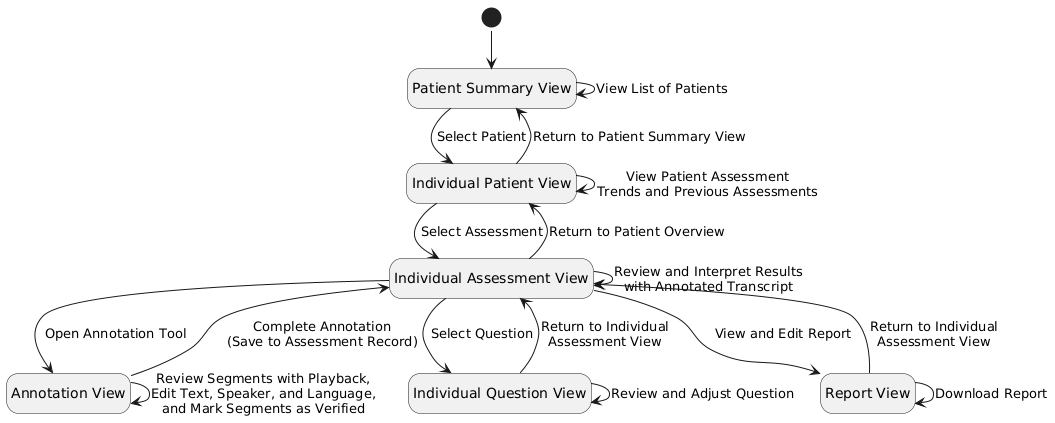
Before: docs/SRS/WorkflowB_State_Diagram.png, a diagram exported from PlantUML (Nour-Fawaz/MacaBoca). The source it was exported from:
```plantuml
@startuml WorkflowB_State_Diagram
!pragma layout smetana
hide empty description

state "Patient Summary View" as Summary
state "Individual Patient View" as Patient
state "Individual Assessment View" as Assessment
state "Annotation View" as Annotation
state "Individual Question View" as Question
state "Report View" as Report

[*] --> Summary
Summary --> Summary : View List of Patients
Summary --> Patient : Select Patient
Patient --> Summary : Return to Patient Summary View
Patient --> Patient : View Patient Assessment\nTrends and Previous Assessments
Patient --> Assessment : Select Assessment
Assessment --> Patient : Return to Patient Overview

Assessment --> Annotation : Open Annotation Tool
Annotation --> Annotation : Review Segments with Playback,\nEdit Text, Speaker, and Language,\nand Mark Segments as Verified
Annotation --> Assessment : Complete Annotation\n(Save to Assessment Record)

Assessment --> Assessment : Review and Interpret Results\nwith Annotated Transcript
Assessment --> Question : Select Question
Question --> Question : Review and Adjust Question
Question --> Assessment : Return to Individual\nAssessment View

Assessment --> Report : View and Edit Report
Report --> Report : Download Report
Report --> Assessment : Return to Individual\nAssessment View
@enduml
```
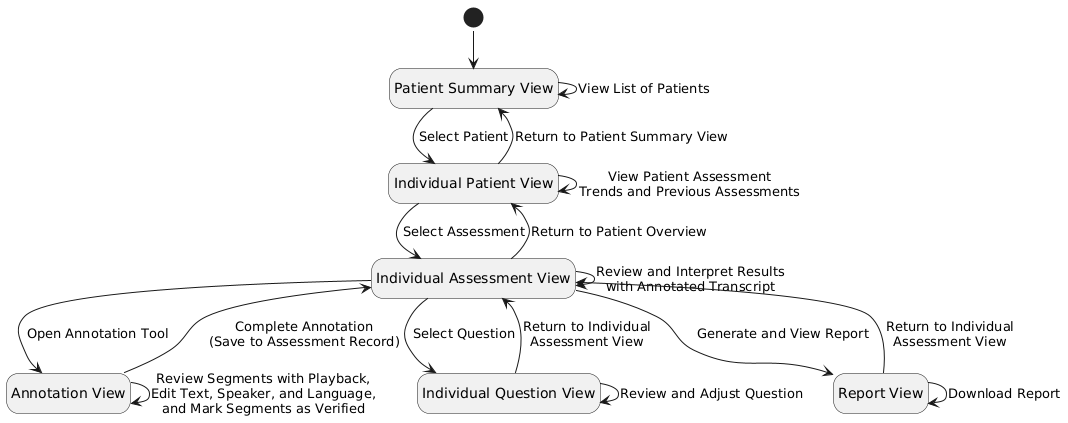
Later version of the same file.

Commit message:
Add UML diagrams and update references for appendix C, add reflection

What changed in the source:
```diff
@@ -26,7 +26,7 @@
 Question --> Question : Review and Adjust Question
 Question --> Assessment : Return to Individual\nAssessment View
 
-Assessment --> Report : View and Edit Report
+Assessment --> Report : Generate and View Report
 Report --> Report : Download Report
 Report --> Assessment : Return to Individual\nAssessment View
 @enduml
```
